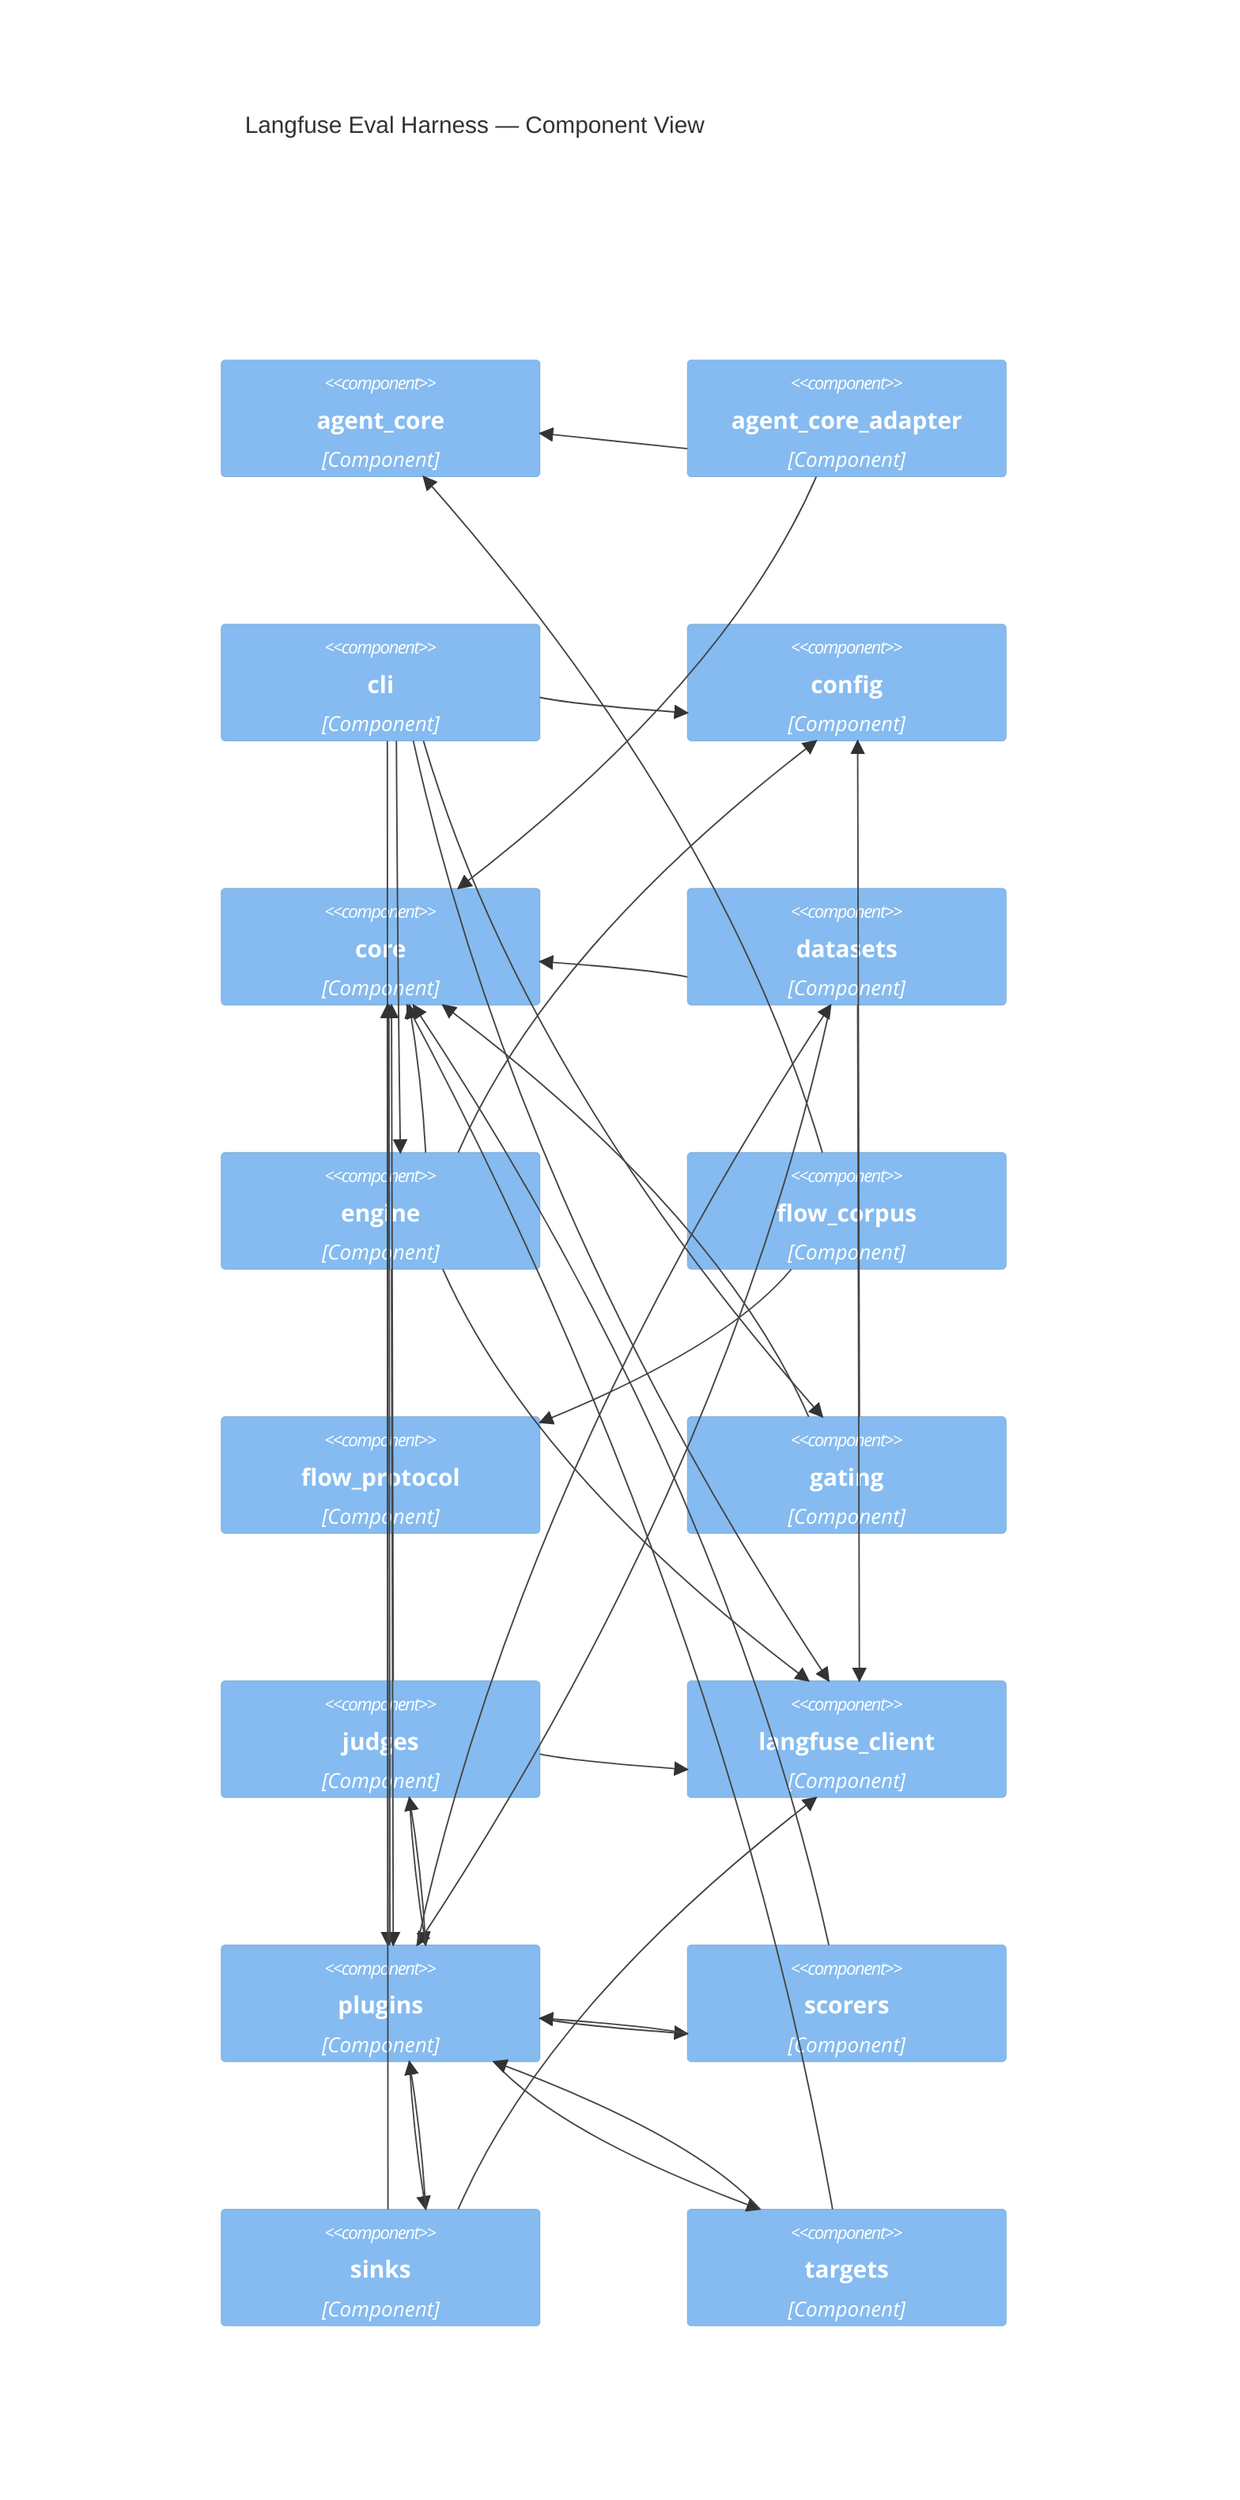
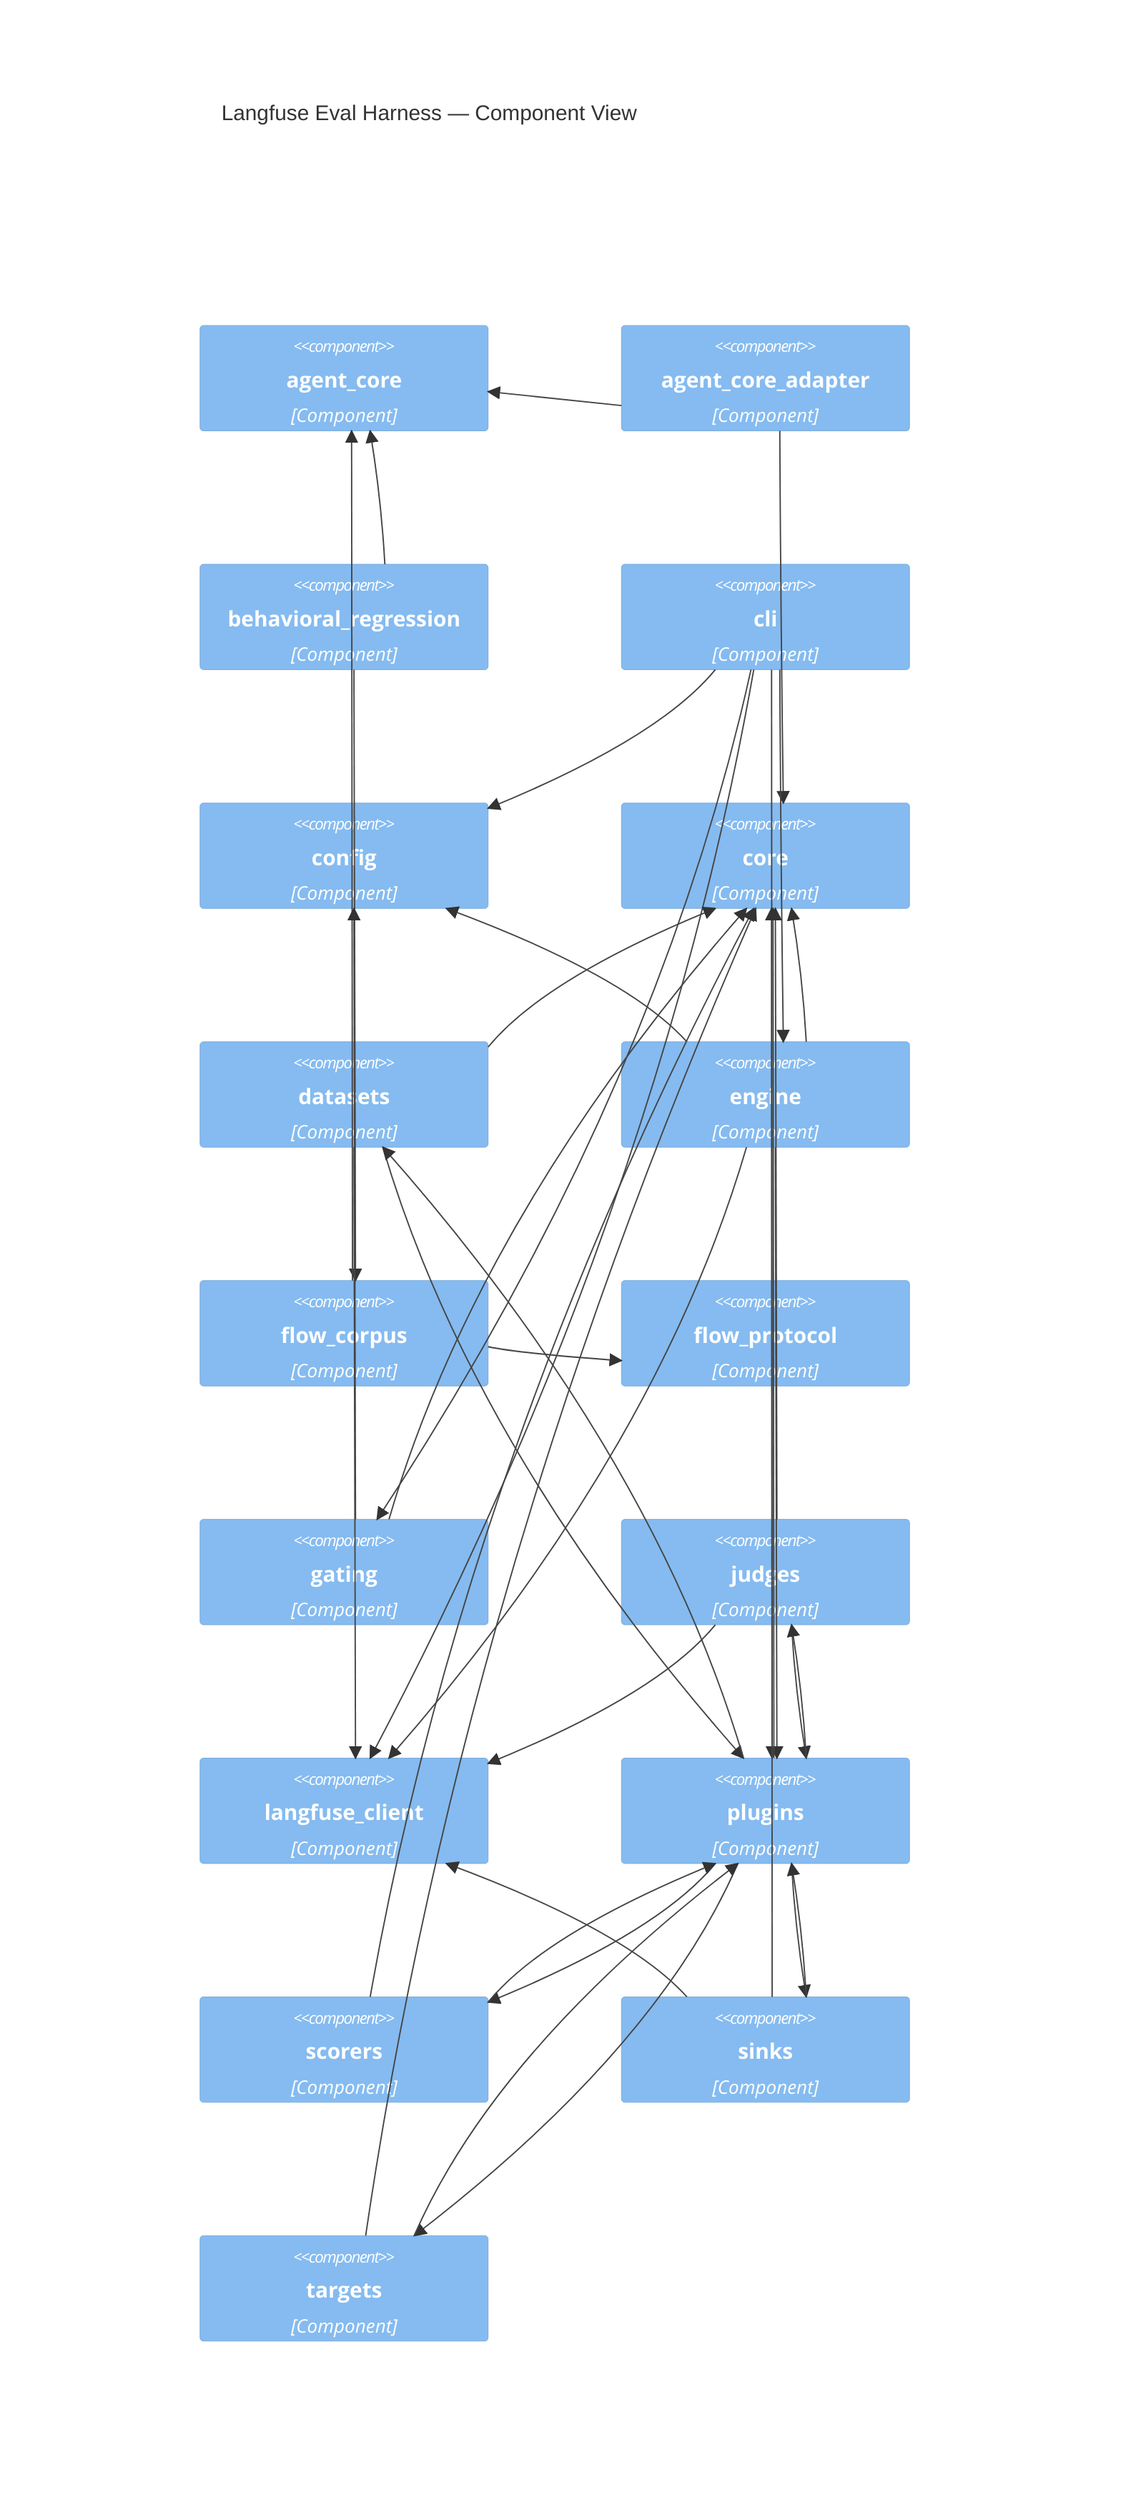
C4Component
    title Langfuse Eval Harness — Component View

    Component(agent_core, "agent_core", "Component")
    Component(agent_core_adapter, "agent_core_adapter", "Component")
+     Component(behavioral_regression, "behavioral_regression", "Component")
    Component(cli, "cli", "Component")
    Component(config, "config", "Component")
    Component(core, "core", "Component")
    Component(datasets, "datasets", "Component")
    Component(engine, "engine", "Component")
    Component(flow_corpus, "flow_corpus", "Component")
    Component(flow_protocol, "flow_protocol", "Component")
    Component(gating, "gating", "Component")
    Component(judges, "judges", "Component")
    Component(langfuse_client, "langfuse_client", "Component")
    Component(plugins, "plugins", "Component")
    Component(scorers, "scorers", "Component")
    Component(sinks, "sinks", "Component")
    Component(targets, "targets", "Component")

    Rel(agent_core_adapter, agent_core, "")
    Rel(agent_core_adapter, core, "")
+     Rel(behavioral_regression, agent_core, "")
+     Rel(behavioral_regression, flow_corpus, "")
    Rel(cli, config, "")
    Rel(cli, engine, "")
    Rel(cli, gating, "")
    Rel(cli, langfuse_client, "")
    Rel(cli, plugins, "")
    Rel(datasets, core, "")
    Rel(datasets, langfuse_client, "")
    Rel(datasets, plugins, "")
    Rel(engine, config, "")
    Rel(engine, core, "")
    Rel(engine, langfuse_client, "")
    Rel(engine, plugins, "")
    Rel(flow_corpus, agent_core, "")
    Rel(flow_corpus, flow_protocol, "")
    Rel(gating, config, "")
    Rel(gating, core, "")
    Rel(judges, core, "")
    Rel(judges, langfuse_client, "")
    Rel(judges, plugins, "")
    Rel(plugins, core, "")
    Rel(plugins, datasets, "")
    Rel(plugins, judges, "")
    Rel(plugins, scorers, "")
    Rel(plugins, sinks, "")
    Rel(plugins, targets, "")
    Rel(scorers, core, "")
    Rel(scorers, plugins, "")
    Rel(sinks, core, "")
    Rel(sinks, langfuse_client, "")
    Rel(sinks, plugins, "")
    Rel(targets, core, "")
    Rel(targets, plugins, "")
